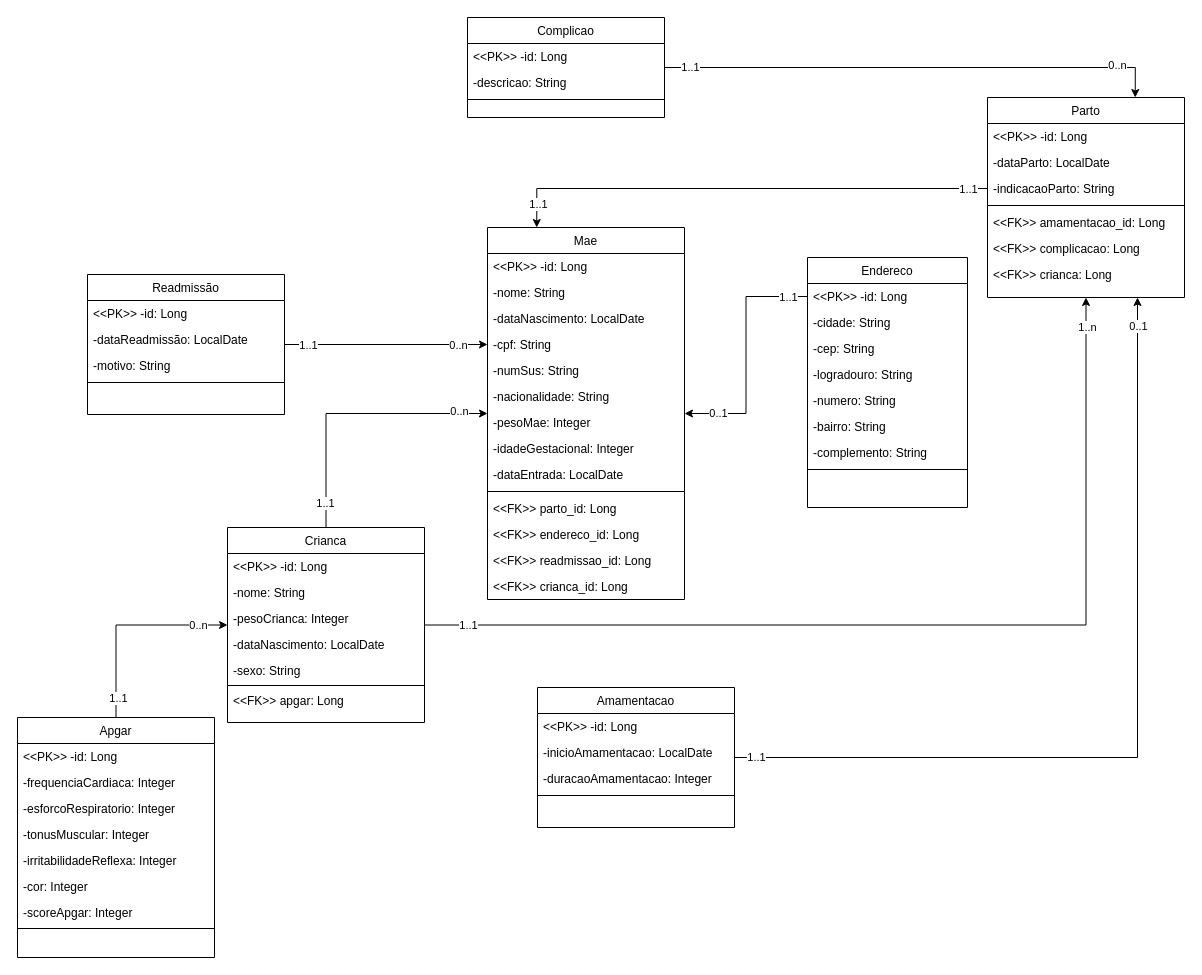
Emerson66/hminsn keeps this draw.io diagram as neonatal - diagrama de classe.drawio. Above is the earlier version. Source tidied: cells renumbered, new cells numbered last; positions are measured from the earlier drawing's top-left corner, leaving out a move shared by most shapes. Both pictures are drawn from the tidied source at 100%, with x=0, y=0 at pixel (17, 17).
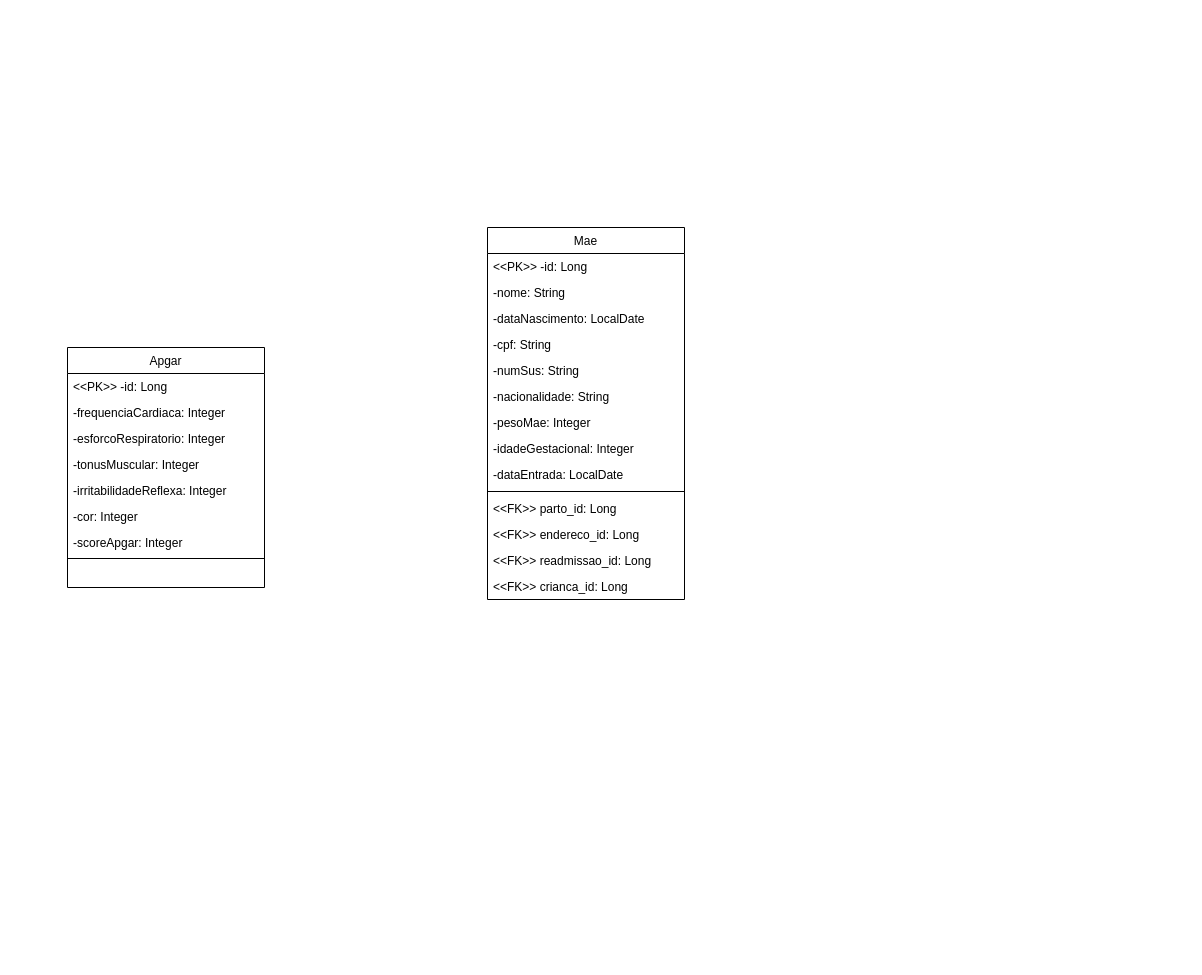
The same diagram, later.

Unchanged cells that the change refers to:
```xml
<mxCell id="5" value="Mae" style="swimlane;fontStyle=0;align=center;verticalAlign=top;horizontal=1;startSize=26;rounded=0;shadow=0;strokeWidth=1;" parent="1" vertex="1">
  <mxGeometry x="470" y="210" width="197" height="372" as="geometry" />
</mxCell>
<mxCell id="9" value="-cpf: String" style="text;align=left;verticalAlign=top;spacingLeft=4;spacingRight=4;overflow=hidden;points=[[0,0.5],[1,0.5]];portConstraint=eastwest;rounded=0;shadow=0;html=0;" parent="5" vertex="1">
  <mxGeometry y="104" width="197" height="26" as="geometry" />
</mxCell>
```

Change to the diagram source:
```diff
@@
-    <mxCell id="2" style="edgeStyle=orthogonalEdgeStyle;rounded=0;jettySize=auto;html=1;entryX=0.5;entryY=0;entryDx=0;entryDy=0;endArrow=none;endFill=0;startArrow=classic;startFill=1;" parent="1" edge="1" source="5" target="72">
-      <mxGeometry relative="1" as="geometry" />
-    </mxCell>
-    <mxCell id="3" value="1..1" style="edgeLabel;html=1;align=center;verticalAlign=middle;" parent="2" vertex="1">
-      <mxGeometry x="0.82" y="-1" relative="1" as="geometry" />
-    </mxCell>
-    <mxCell id="4" value="0..n" style="edgeLabel;html=1;align=center;verticalAlign=middle;" parent="2" vertex="1">
-      <mxGeometry x="-0.83" y="1" relative="1" as="geometry">
-        <mxPoint x="-6" y="-4" as="offset" />
-      </mxGeometry>
-    </mxCell>
@@
-    <mxCell id="20" value="Endereco" style="swimlane;fontStyle=0;align=center;verticalAlign=top;horizontal=1;startSize=26;rounded=0;shadow=0;strokeWidth=1;" parent="1" vertex="1">
-      <mxGeometry x="790" y="240" width="160" height="250" as="geometry" />
-    </mxCell>
-    <mxCell id="21" value="&lt;&lt;PK&gt;&gt; -id: Long   " style="text;align=left;verticalAlign=top;spacingLeft=4;spacingRight=4;overflow=hidden;points=[[0,0.5],[1,0.5]];portConstraint=eastwest;" parent="20" vertex="1">
-      <mxGeometry y="26" width="160" height="26" as="geometry" />
-    </mxCell>
-    <mxCell id="22" value="-cidade: String" style="text;align=left;verticalAlign=top;spacingLeft=4;spacingRight=4;overflow=hidden;rounded=0;shadow=0;html=0;" parent="20" vertex="1">
-      <mxGeometry y="52" width="160" height="26" as="geometry" />
-    </mxCell>
-    <mxCell id="23" value="-cep: String" style="text;align=left;verticalAlign=top;spacingLeft=4;spacingRight=4;overflow=hidden;rounded=0;shadow=0;html=0;" parent="20" vertex="1">
-      <mxGeometry y="78" width="160" height="26" as="geometry" />
-    </mxCell>
-    <mxCell id="24" value="-logradouro: String" style="text;align=left;verticalAlign=top;spacingLeft=4;spacingRight=4;overflow=hidden;rounded=0;shadow=0;html=0;" parent="20" vertex="1">
-      <mxGeometry y="104" width="160" height="26" as="geometry" />
-    </mxCell>
-    <mxCell id="25" value="-numero: String" style="text;align=left;verticalAlign=top;spacingLeft=4;spacingRight=4;overflow=hidden;rounded=0;shadow=0;html=0;" parent="20" vertex="1">
-      <mxGeometry y="130" width="160" height="26" as="geometry" />
-    </mxCell>
-    <mxCell id="26" value="-bairro: String" style="text;align=left;verticalAlign=top;spacingLeft=4;spacingRight=4;overflow=hidden;rounded=0;shadow=0;html=0;" parent="20" vertex="1">
-      <mxGeometry y="156" width="160" height="26" as="geometry" />
-    </mxCell>
-    <mxCell id="27" value="-complemento: String&#10;" style="text;align=left;verticalAlign=top;spacingLeft=4;spacingRight=4;overflow=hidden;rounded=0;shadow=0;html=0;" parent="20" vertex="1">
-      <mxGeometry y="182" width="160" height="26" as="geometry" />
-    </mxCell>
-    <mxCell id="28" style="line;strokeWidth=1;fillColor=none;align=left;verticalAlign=middle;spacingTop=-1;spacingLeft=3;spacingRight=3;labelPosition=right;strokeColor=inherit;" parent="20" vertex="1">
-      <mxGeometry y="208" width="160" height="8" as="geometry" />
-    </mxCell>
-    <mxCell id="29" style="edgeStyle=orthogonalEdgeStyle;rounded=0;jettySize=auto;html=1;exitX=0;exitY=0.5;exitDx=0;exitDy=0;" parent="1" edge="1" source="21" target="5">
-      <mxGeometry relative="1" as="geometry" />
-    </mxCell>
-    <mxCell id="30" value="1..1" style="edgeLabel;html=1;align=center;verticalAlign=middle;" parent="29" vertex="1">
-      <mxGeometry x="-0.91" relative="1" as="geometry">
-        <mxPoint x="-9" as="offset" />
-      </mxGeometry>
-    </mxCell>
-    <mxCell id="31" value="0..1" style="edgeLabel;html=1;align=center;verticalAlign=middle;" parent="29" vertex="1">
-      <mxGeometry x="0.87" y="-1" relative="1" as="geometry">
-        <mxPoint x="17" as="offset" />
-      </mxGeometry>
-    </mxCell>
-    <mxCell id="32" value="Parto" style="swimlane;fontStyle=0;align=center;verticalAlign=top;horizontal=1;startSize=26;rounded=0;shadow=0;strokeWidth=1;" parent="1" vertex="1">
-      <mxGeometry x="970" y="80" width="197" height="200" as="geometry" />
-    </mxCell>
-    <mxCell id="33" value="&lt;&lt;PK&gt;&gt; -id: Long   " style="text;align=left;verticalAlign=top;spacingLeft=4;spacingRight=4;overflow=hidden;" parent="32" vertex="1">
-      <mxGeometry y="26" width="197" height="26" as="geometry" />
-    </mxCell>
-    <mxCell id="34" value="-dataParto: LocalDate" style="text;align=left;verticalAlign=top;spacingLeft=4;spacingRight=4;overflow=hidden;rounded=0;shadow=0;html=0;" parent="32" vertex="1">
-      <mxGeometry y="52" width="197" height="26" as="geometry" />
-    </mxCell>
-    <mxCell id="35" value="-indicacaoParto: String" style="text;align=left;verticalAlign=top;spacingLeft=4;spacingRight=4;overflow=hidden;points=[[0,0.5],[1,0.5]];portConstraint=eastwest;rounded=0;shadow=0;html=0;" parent="32" vertex="1">
-      <mxGeometry y="78" width="197" height="26" as="geometry" />
-    </mxCell>
-    <mxCell id="36" style="line;strokeWidth=1;fillColor=none;align=left;verticalAlign=middle;spacingTop=-1;spacingLeft=3;spacingRight=3;labelPosition=right;strokeColor=inherit;" parent="32" vertex="1">
-      <mxGeometry y="104" width="197" height="8" as="geometry" />
-    </mxCell>
-    <mxCell id="37" value="&amp;lt;&amp;lt;FK&amp;gt;&amp;gt; amamentacao_id&lt;span style=&quot;background-color: initial;&quot;&gt;: Long&lt;/span&gt;" style="text;strokeColor=none;fillColor=none;align=left;verticalAlign=top;spacingLeft=4;spacingRight=4;overflow=hidden;whiteSpace=wrap;html=1;" parent="32" vertex="1">
-      <mxGeometry y="112" width="197" height="26" as="geometry" />
-    </mxCell>
-    <mxCell id="38" value="&amp;lt;&amp;lt;FK&amp;gt;&amp;gt; complicacao&lt;span style=&quot;background-color: initial;&quot;&gt;: Long&lt;/span&gt;" style="text;strokeColor=none;fillColor=none;align=left;verticalAlign=top;spacingLeft=4;spacingRight=4;overflow=hidden;whiteSpace=wrap;html=1;" parent="32" vertex="1">
-      <mxGeometry y="138" width="197" height="26" as="geometry" />
-    </mxCell>
-    <mxCell id="39" value="&amp;lt;&amp;lt;FK&amp;gt;&amp;gt; crianca&lt;span style=&quot;background-color: initial;&quot;&gt;: Long&lt;/span&gt;" style="text;strokeColor=none;fillColor=none;align=left;verticalAlign=top;spacingLeft=4;spacingRight=4;overflow=hidden;whiteSpace=wrap;html=1;" parent="32" vertex="1">
-      <mxGeometry y="164" width="197" height="26" as="geometry" />
-    </mxCell>
-    <mxCell id="40" style="edgeStyle=orthogonalEdgeStyle;rounded=0;jettySize=auto;html=1;entryX=0.25;entryY=0;entryDx=0;entryDy=0;" parent="1" edge="1" source="35" target="5">
-      <mxGeometry relative="1" as="geometry" />
-    </mxCell>
-    <mxCell id="41" value="1..1" style="edgeLabel;html=1;align=center;verticalAlign=middle;" parent="40" vertex="1">
-      <mxGeometry relative="1" as="geometry">
-        <mxPoint x="225" as="offset" />
-      </mxGeometry>
-    </mxCell>
-    <mxCell id="42" value="1..1" style="edgeLabel;html=1;align=center;verticalAlign=middle;" parent="40" vertex="1">
-      <mxGeometry x="0.84" y="4" relative="1" as="geometry">
-        <mxPoint x="-3" y="15" as="offset" />
-      </mxGeometry>
-    </mxCell>
-    <mxCell id="43" style="edgeStyle=orthogonalEdgeStyle;rounded=0;jettySize=auto;html=1;entryX=0.75;entryY=0;entryDx=0;entryDy=0;" parent="1" edge="1" source="46" target="32">
-      <mxGeometry relative="1" as="geometry" />
-    </mxCell>
-    <mxCell id="44" value="1..1" style="edgeLabel;html=1;align=center;verticalAlign=middle;" parent="43" vertex="1">
-      <mxGeometry x="-0.69" y="1" relative="1" as="geometry">
-        <mxPoint x="-53" as="offset" />
-      </mxGeometry>
-    </mxCell>
-    <mxCell id="45" value="0..n" style="edgeLabel;html=1;align=center;verticalAlign=middle;" parent="43" vertex="1">
-      <mxGeometry x="0.76" y="3" relative="1" as="geometry">
-        <mxPoint x="11" as="offset" />
-      </mxGeometry>
-    </mxCell>
-    <mxCell id="46" value="Complicao" style="swimlane;fontStyle=0;align=center;verticalAlign=top;horizontal=1;startSize=26;rounded=0;shadow=0;strokeWidth=1;" parent="1" vertex="1">
-      <mxGeometry x="450" width="197" height="100" as="geometry" />
-    </mxCell>
-    <mxCell id="47" value="&lt;&lt;PK&gt;&gt; -id: Long   " style="text;align=left;verticalAlign=top;spacingLeft=4;spacingRight=4;overflow=hidden;" parent="46" vertex="1">
-      <mxGeometry y="26" width="197" height="26" as="geometry" />
-    </mxCell>
-    <mxCell id="48" value="-descricao: String" style="text;align=left;verticalAlign=top;spacingLeft=4;spacingRight=4;overflow=hidden;rounded=0;shadow=0;html=0;" parent="46" vertex="1">
-      <mxGeometry y="52" width="197" height="26" as="geometry" />
-    </mxCell>
-    <mxCell id="49" style="line;strokeWidth=1;fillColor=none;align=left;verticalAlign=middle;spacingTop=-1;spacingLeft=3;spacingRight=3;labelPosition=right;strokeColor=inherit;" parent="46" vertex="1">
-      <mxGeometry y="78" width="197" height="8" as="geometry" />
-    </mxCell>
-    <mxCell id="50" style="edgeStyle=orthogonalEdgeStyle;rounded=0;jettySize=auto;html=1;" parent="1" edge="1" source="53" target="32">
-      <mxGeometry relative="1" as="geometry">
-        <Array as="points">
-          <mxPoint x="1120" y="740" />
-        </Array>
-      </mxGeometry>
-    </mxCell>
-    <mxCell id="51" value="0..1" style="edgeLabel;html=1;align=center;verticalAlign=middle;" parent="50" vertex="1">
-      <mxGeometry x="0.71" y="2" relative="1" as="geometry">
-        <mxPoint x="2" y="-97" as="offset" />
-      </mxGeometry>
-    </mxCell>
-    <mxCell id="52" value="1..1" style="edgeLabel;html=1;align=center;verticalAlign=middle;" parent="50" vertex="1">
-      <mxGeometry x="-0.78" y="1" relative="1" as="geometry">
-        <mxPoint x="-74" as="offset" />
-      </mxGeometry>
-    </mxCell>
-    <mxCell id="53" value="Amamentacao" style="swimlane;fontStyle=0;align=center;verticalAlign=top;horizontal=1;startSize=26;rounded=0;shadow=0;strokeWidth=1;" parent="1" vertex="1">
-      <mxGeometry x="520" y="670" width="197" height="140" as="geometry" />
-    </mxCell>
-    <mxCell id="54" value="&lt;&lt;PK&gt;&gt; -id: Long   " style="text;align=left;verticalAlign=top;spacingLeft=4;spacingRight=4;overflow=hidden;" parent="53" vertex="1">
-      <mxGeometry y="26" width="197" height="26" as="geometry" />
-    </mxCell>
-    <mxCell id="55" value="-inicioAmamentacao: LocalDate" style="text;align=left;verticalAlign=top;spacingLeft=4;spacingRight=4;overflow=hidden;rounded=0;shadow=0;html=0;" parent="53" vertex="1">
-      <mxGeometry y="52" width="197" height="26" as="geometry" />
-    </mxCell>
-    <mxCell id="56" value="-duracaoAmamentacao: Integer" style="text;align=left;verticalAlign=top;spacingLeft=4;spacingRight=4;overflow=hidden;rounded=0;shadow=0;html=0;" parent="53" vertex="1">
-      <mxGeometry y="78" width="197" height="26" as="geometry" />
-    </mxCell>
-    <mxCell id="57" style="line;strokeWidth=1;fillColor=none;align=left;verticalAlign=middle;spacingTop=-1;spacingLeft=3;spacingRight=3;labelPosition=right;strokeColor=inherit;" parent="53" vertex="1">
-      <mxGeometry y="104" width="197" height="8" as="geometry" />
-    </mxCell>
-    <mxCell id="58" style="edgeStyle=orthogonalEdgeStyle;rounded=0;jettySize=auto;html=1;entryX=0;entryY=0.5;entryDx=0;entryDy=0;" parent="1" edge="1" source="61" target="9">
-      <mxGeometry relative="1" as="geometry" />
-    </mxCell>
-    <mxCell id="59" value="1..1" style="edgeLabel;html=1;align=center;verticalAlign=middle;" parent="58" vertex="1">
-      <mxGeometry relative="1" as="geometry">
-        <mxPoint x="-79" as="offset" />
-      </mxGeometry>
-    </mxCell>
-    <mxCell id="60" value="0..n" style="edgeLabel;html=1;align=center;verticalAlign=middle;" parent="58" vertex="1">
-      <mxGeometry relative="1" as="geometry">
-        <mxPoint x="71" as="offset" />
-      </mxGeometry>
-    </mxCell>
-    <mxCell id="61" value="Readmissão" style="swimlane;fontStyle=0;align=center;verticalAlign=top;horizontal=1;startSize=26;rounded=0;shadow=0;strokeWidth=1;" parent="1" vertex="1">
-      <mxGeometry x="70" y="257" width="197" height="140" as="geometry" />
-    </mxCell>
-    <mxCell id="62" value="&lt;&lt;PK&gt;&gt; -id: Long   " style="text;align=left;verticalAlign=top;spacingLeft=4;spacingRight=4;overflow=hidden;" parent="61" vertex="1">
-      <mxGeometry y="26" width="197" height="26" as="geometry" />
-    </mxCell>
-    <mxCell id="63" value="-dataReadmissão: LocalDate" style="text;align=left;verticalAlign=top;spacingLeft=4;spacingRight=4;overflow=hidden;rounded=0;shadow=0;html=0;" parent="61" vertex="1">
-      <mxGeometry y="52" width="197" height="26" as="geometry" />
-    </mxCell>
-    <mxCell id="64" value="-motivo: String" style="text;align=left;verticalAlign=top;spacingLeft=4;spacingRight=4;overflow=hidden;rounded=0;shadow=0;html=0;" parent="61" vertex="1">
-      <mxGeometry y="78" width="197" height="26" as="geometry" />
-    </mxCell>
-    <mxCell id="65" style="line;strokeWidth=1;fillColor=none;align=left;verticalAlign=middle;spacingTop=-1;spacingLeft=3;spacingRight=3;labelPosition=right;strokeColor=inherit;" parent="61" vertex="1">
-      <mxGeometry y="104" width="197" height="8" as="geometry" />
-    </mxCell>
-    <mxCell id="66" style="edgeStyle=orthogonalEdgeStyle;rounded=0;jettySize=auto;html=1;" parent="1" edge="1" source="72" target="32">
-      <mxGeometry relative="1" as="geometry" />
-    </mxCell>
-    <mxCell id="67" value="1..1" style="edgeLabel;html=1;align=center;verticalAlign=middle;" parent="66" vertex="1">
-      <mxGeometry relative="1" as="geometry">
-        <mxPoint x="-452" as="offset" />
-      </mxGeometry>
-    </mxCell>
-    <mxCell id="68" value="1..n" style="edgeLabel;html=1;align=center;verticalAlign=middle;" parent="66" vertex="1">
-      <mxGeometry x="0.7" y="-2" relative="1" as="geometry">
-        <mxPoint x="-1" y="-119" as="offset" />
-      </mxGeometry>
-    </mxCell>
-    <mxCell id="69" style="edgeStyle=orthogonalEdgeStyle;rounded=0;jettySize=auto;html=1;entryX=0.5;entryY=0;entryDx=0;entryDy=0;endArrow=none;endFill=0;startArrow=classic;startFill=1;" parent="1" edge="1" source="72" target="80">
-      <mxGeometry relative="1" as="geometry" />
-    </mxCell>
-    <mxCell id="70" value="0..n" style="edgeLabel;html=1;align=center;verticalAlign=middle;" parent="69" vertex="1">
-      <mxGeometry relative="1" as="geometry">
-        <mxPoint x="72" as="offset" />
-      </mxGeometry>
-    </mxCell>
-    <mxCell id="71" value="1..1" style="edgeLabel;html=1;align=center;verticalAlign=middle;fillOpacity=100;rotation=0;" parent="69" vertex="1">
-      <mxGeometry relative="1" as="geometry">
-        <mxPoint x="-8" y="73" as="offset" />
-      </mxGeometry>
-    </mxCell>
-    <mxCell id="72" value="Crianca" style="swimlane;fontStyle=0;align=center;verticalAlign=top;horizontal=1;startSize=26;rounded=0;shadow=0;strokeWidth=1;" parent="1" vertex="1">
-      <mxGeometry x="210" y="510" width="197" height="195" as="geometry" />
-    </mxCell>
-    <mxCell id="73" value="&lt;&lt;PK&gt;&gt; -id: Long   " style="text;align=left;verticalAlign=top;spacingLeft=4;spacingRight=4;overflow=hidden;" parent="72" vertex="1">
-      <mxGeometry y="26" width="197" height="26" as="geometry" />
-    </mxCell>
-    <mxCell id="74" value="-nome: String" style="text;align=left;verticalAlign=top;spacingLeft=4;spacingRight=4;overflow=hidden;rounded=0;shadow=0;html=0;" parent="72" vertex="1">
-      <mxGeometry y="52" width="197" height="26" as="geometry" />
-    </mxCell>
-    <mxCell id="75" value="-pesoCrianca: Integer" style="text;align=left;verticalAlign=top;spacingLeft=4;spacingRight=4;overflow=hidden;rounded=0;shadow=0;html=0;" parent="72" vertex="1">
-      <mxGeometry y="78" width="197" height="26" as="geometry" />
-    </mxCell>
-    <mxCell id="76" value="-dataNascimento: LocalDate" style="text;align=left;verticalAlign=top;spacingLeft=4;spacingRight=4;overflow=hidden;rounded=0;shadow=0;html=0;" parent="72" vertex="1">
-      <mxGeometry y="104" width="197" height="26" as="geometry" />
-    </mxCell>
-    <mxCell id="77" value="-sexo: String" style="text;align=left;verticalAlign=top;spacingLeft=4;spacingRight=4;overflow=hidden;rounded=0;shadow=0;html=0;" parent="72" vertex="1">
-      <mxGeometry y="130" width="197" height="26" as="geometry" />
-    </mxCell>
-    <mxCell id="78" style="line;strokeWidth=1;fillColor=none;align=left;verticalAlign=middle;spacingTop=-1;spacingLeft=3;spacingRight=3;labelPosition=right;strokeColor=inherit;" parent="72" vertex="1">
-      <mxGeometry y="156" width="197" height="4" as="geometry" />
-    </mxCell>
-    <mxCell id="79" value="&amp;lt;&amp;lt;FK&amp;gt;&amp;gt; apgar&lt;span style=&quot;background-color: initial;&quot;&gt;: Long&lt;/span&gt;" style="text;strokeColor=none;fillColor=none;align=left;verticalAlign=top;spacingLeft=4;spacingRight=4;overflow=hidden;whiteSpace=wrap;html=1;" parent="72" vertex="1">
-      <mxGeometry y="160" width="197" height="26" as="geometry" />
-    </mxCell>
     <mxCell id="80" value="Apgar" style="swimlane;fontStyle=0;align=center;verticalAlign=top;horizontal=1;startSize=26;rounded=0;shadow=0;strokeWidth=1;" parent="1" vertex="1">
-      <mxGeometry y="700" width="197" height="240" as="geometry" />
+      <mxGeometry x="50" y="330" width="197" height="240" as="geometry" />
     </mxCell>
```
